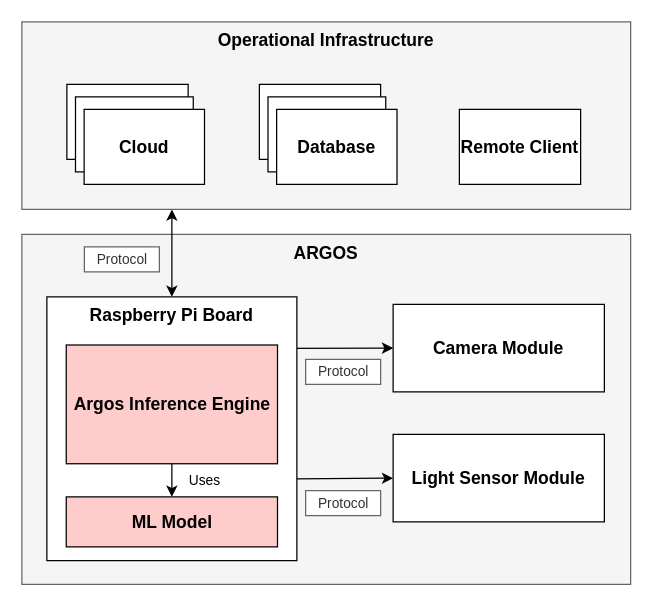
Above: page "Page-2" (2 of 2) of 2. Analysis/1. System Overview/sys_overview.drawio in esrg-silent-howl/argos (draw.io), before the change. Source tidied: cells renumbered, new cells numbered last; positions are measured from the earlier drawing's top-left corner, leaving out a move shared by most shapes. Both pictures are drawn from the tidied source at 125%, with x=0, y=0 at pixel (21, 21).
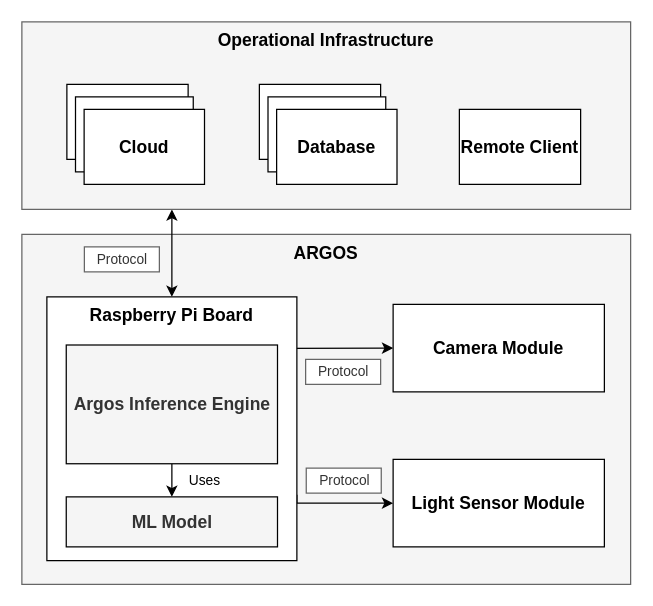
The same page after the edit.

Commit message (it also covers changes not shown here):
ADD: Sequence Diagrams Remote Client

The change refers to these unchanged cells:
```xml
<mxCell id="6" value="&lt;b style=&quot;white-space: normal&quot;&gt;&lt;font style=&quot;font-size: 14px&quot;&gt;Raspberry Pi Board&lt;/font&gt;&lt;/b&gt;" style="rounded=0;whiteSpace=wrap;html=1;verticalAlign=top;" parent="1" vertex="1">
  <mxGeometry x="20" y="220" width="200" height="211" as="geometry" />
</mxCell>
```

Change to the diagram source:
```diff
@@
-    <mxCell id="4" style="edgeStyle=orthogonalEdgeStyle;rounded=0;jettySize=auto;html=1;exitX=0.996;exitY=0.69;exitDx=0;exitDy=0;entryX=0;entryY=0.5;entryDx=0;entryDy=0;exitPerimeter=0;" parent="1" edge="1" source="6" target="17">
+    <mxCell id="4" style="edgeStyle=orthogonalEdgeStyle;rounded=0;jettySize=auto;html=1;exitX=1;exitY=0.75;exitDx=0;exitDy=0;entryX=0;entryY=0.5;entryDx=0;entryDy=0;" parent="1" edge="1" source="6" target="17">
       <mxGeometry relative="1" as="geometry">
         <Array as="points">
-          <mxPoint x="220" y="366" />
-          <mxPoint x="220" y="365" />
+          <mxPoint x="220" y="385" />
         </Array>
       </mxGeometry>
     </mxCell>
@@
     <mxCell id="9" value="&lt;font style=&quot;font-size: 11px;&quot;&gt;Protocol&lt;/font&gt;" style="text;html=1;align=center;verticalAlign=middle;fontSize=11;fillColor=#FFFFFF;strokeColor=#666666;fontColor=#333333;" parent="1" vertex="1">
-      <mxGeometry x="227" y="375" width="60" height="20" as="geometry" />
+      <mxGeometry x="227.5" y="357" width="60" height="20" as="geometry" />
     </mxCell>
@@
-    <mxCell id="15" value="&lt;b style=&quot;font-size: 14px;&quot;&gt;Argos Inference Engine&lt;/b&gt;" style="rounded=0;whiteSpace=wrap;html=1;fillColor=#FFCCCC;strokeColor=#000000;fontSize=14;" parent="1" vertex="1">
+    <mxCell id="15" value="&lt;b style=&quot;font-size: 14px;&quot;&gt;Argos Inference Engine&lt;/b&gt;" style="rounded=0;whiteSpace=wrap;html=1;fillColor=#f5f5f5;strokeColor=#000000;fontSize=14;fontColor=#333333;" parent="1" vertex="1">
       <mxGeometry x="35.5" y="258.5" width="169" height="95" as="geometry" />
     </mxCell>
-    <mxCell id="16" value="&lt;b style=&quot;font-size: 14px;&quot;&gt;ML Model&lt;/b&gt;" style="rounded=0;whiteSpace=wrap;html=1;fillColor=#FFCCCC;strokeColor=#000000;fontSize=14;" parent="1" vertex="1">
+    <mxCell id="16" value="&lt;b style=&quot;font-size: 14px;&quot;&gt;ML Model&lt;/b&gt;" style="rounded=0;whiteSpace=wrap;html=1;fillColor=#f5f5f5;strokeColor=#000000;fontSize=14;fontColor=#333333;" parent="1" vertex="1">
       <mxGeometry x="35.5" y="380" width="169" height="40" as="geometry" />
     </mxCell>
     <mxCell id="17" value="&lt;b style=&quot;font-size: 14px;&quot;&gt;Light Sensor Module&lt;/b&gt;" style="rounded=0;whiteSpace=wrap;html=1;fontSize=14;" parent="1" vertex="1">
-      <mxGeometry x="297" y="330" width="169" height="70" as="geometry" />
+      <mxGeometry x="297" y="350" width="169" height="70" as="geometry" />
     </mxCell>
```
